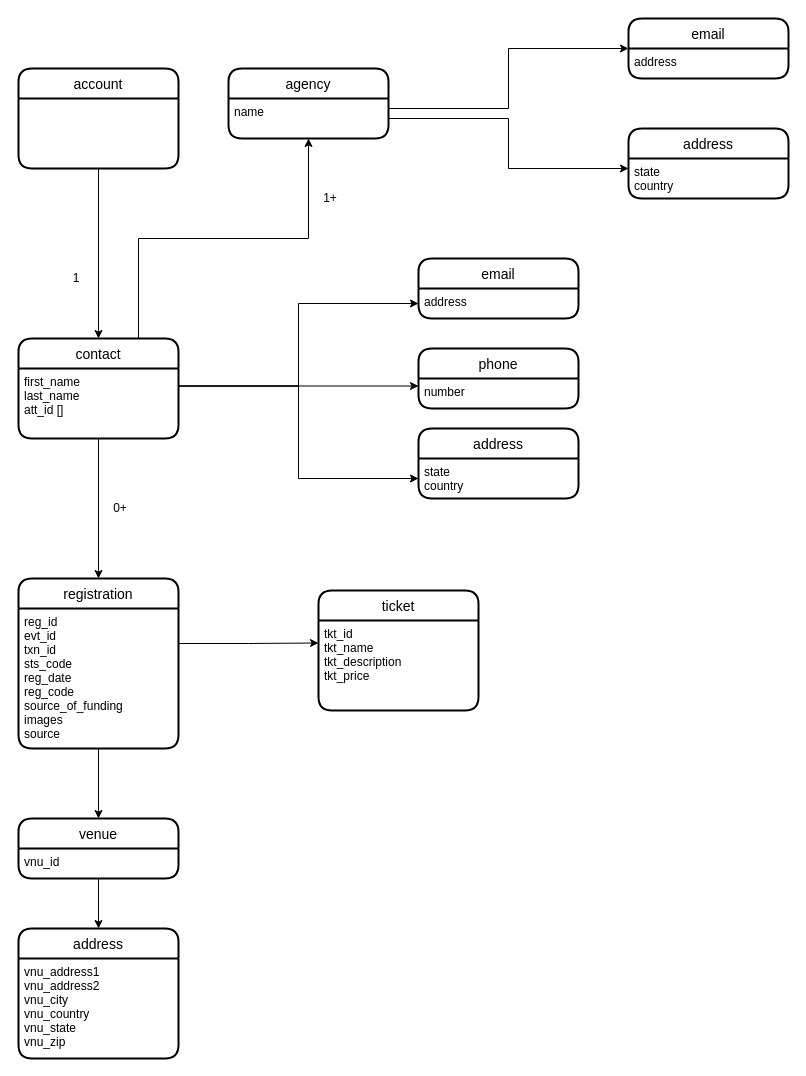
razaman2/diagram keeps this draw.io diagram as street-cops-data.drawio. Above is the earlier version. Source tidied: cells renumbered, new cells numbered last; positions are measured from the earlier drawing's top-left corner, leaving out a move shared by most shapes. Both pictures are drawn from the tidied source at 100%, with x=0, y=0 at pixel (18, 18).
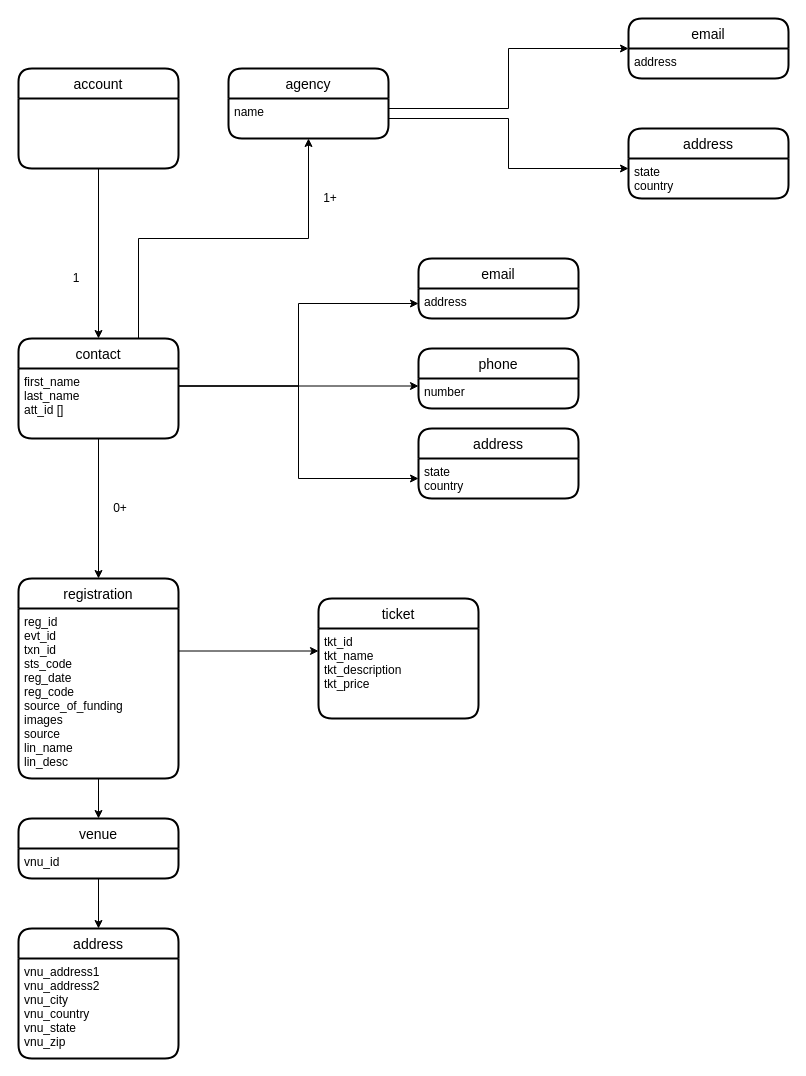
The same page after the edit.

Commit message:
added lin name and description to registration

What changed in the source:
```diff
@@
     <mxCell id="21" value="registration" style="swimlane;horizontal=1;startSize=30;rounded=1;fontSize=14;fontStyle=0;strokeWidth=2;shadow=0;dashed=0;align=center;" parent="1" vertex="1">
-      <mxGeometry y="560" width="160" height="170" as="geometry" />
+      <mxGeometry y="560" width="160" height="200" as="geometry" />
     </mxCell>
-    <mxCell id="22" value="reg_id&#10;evt_id&#10;txn_id&#10;sts_code&#10;reg_date&#10;reg_code&#10;source_of_funding&#10;images&#10;source&#10;" style="align=left;strokeColor=none;fillColor=none;spacingLeft=4;fontSize=12;verticalAlign=top;" parent="21" vertex="1">
-      <mxGeometry y="30" width="160" height="140" as="geometry" />
+    <mxCell id="22" value="reg_id&#10;evt_id&#10;txn_id&#10;sts_code&#10;reg_date&#10;reg_code&#10;source_of_funding&#10;images&#10;source&#10;lin_name&#10;lin_desc" style="align=left;strokeColor=none;fillColor=none;spacingLeft=4;fontSize=12;verticalAlign=top;" parent="21" vertex="1">
+      <mxGeometry y="30" width="160" height="170" as="geometry" />
     </mxCell>
@@
     <mxCell id="24" value="ticket" style="swimlane;horizontal=1;startSize=30;rounded=1;fontSize=14;fontStyle=0;strokeWidth=2;shadow=0;dashed=0;align=center;" parent="1" vertex="1">
-      <mxGeometry x="300" y="572" width="160" height="120" as="geometry" />
+      <mxGeometry x="300" y="580" width="160" height="120" as="geometry" />
     </mxCell>
```
